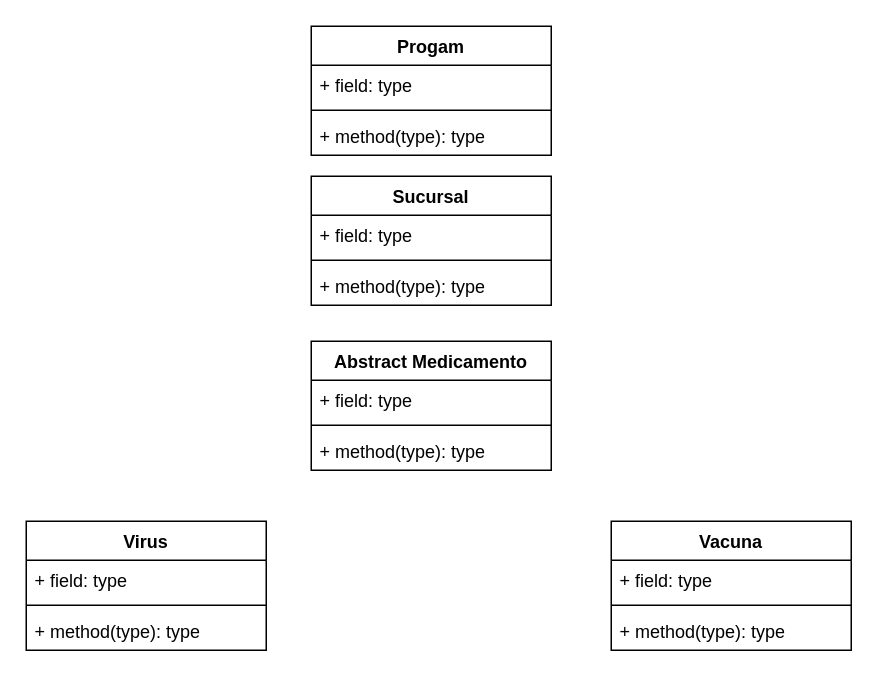
Above: TP 2.0/TP2.0.drawio in Damian-Imbro/UTN (draw.io), before the change. Source tidied: cells renumbered, new cells numbered last; positions are measured from the earlier drawing's top-left corner, leaving out a move shared by most shapes. Both pictures are drawn from the tidied source at 150%, with x=0, y=0 at pixel (26, 26).
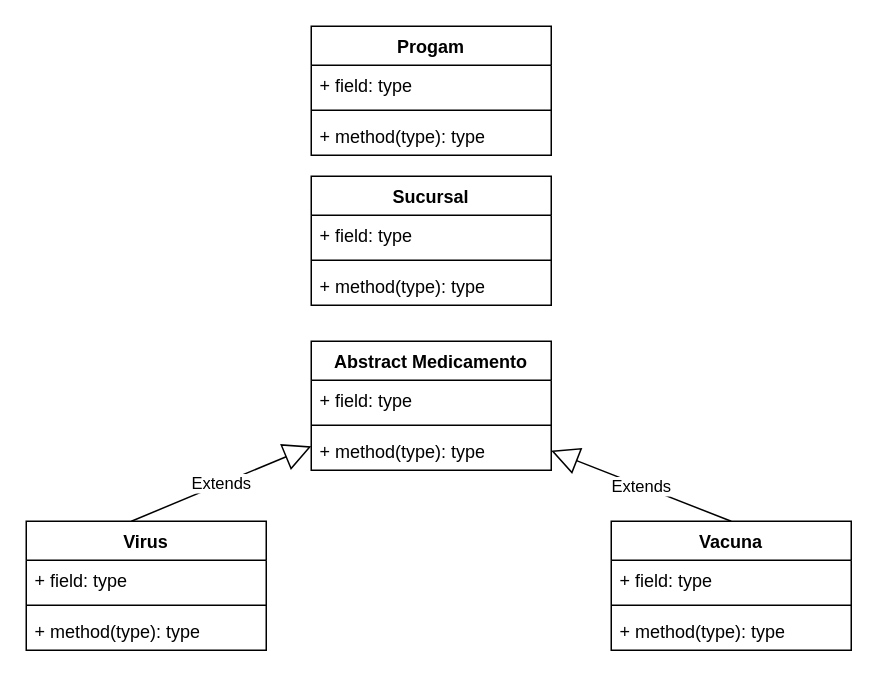
Above is the later version.

Unchanged cells that the change refers to:
```xml
<mxCell id="13" value="+ method(type): type" style="text;strokeColor=none;fillColor=none;align=left;verticalAlign=top;spacingLeft=4;spacingRight=4;overflow=hidden;points=[[0,0.5],[1,0.5]];portConstraint=eastwest;whiteSpace=wrap;html=1;" parent="10" vertex="1">
  <mxGeometry y="60" width="160" height="26" as="geometry" />
</mxCell>
<mxCell id="14" value="Virus" style="swimlane;fontStyle=1;align=center;verticalAlign=top;horizontal=1;startSize=26;whiteSpace=wrap;html=1;" parent="1" vertex="1">
  <mxGeometry y="330" width="160" height="86" as="geometry" />
</mxCell>
<mxCell id="18" value="Vacuna" style="swimlane;fontStyle=1;align=center;verticalAlign=top;horizontal=1;startSize=26;whiteSpace=wrap;html=1;" parent="1" vertex="1">
  <mxGeometry x="390" y="330" width="160" height="86" as="geometry" />
</mxCell>
```

What changed in the source:
```diff
@@
+    <mxCell id="22" value="Extends" style="endArrow=block;endSize=16;endFill=0;html=1;rounded=0;exitX=0.438;exitY=0;exitDx=0;exitDy=0;exitPerimeter=0;" parent="1" edge="1" source="14">
+      <mxGeometry relative="1" as="geometry">
+        <mxPoint x="190" y="280" as="targetPoint" />
+      </mxGeometry>
+    </mxCell>
+    <mxCell id="23" value="Extends" style="endArrow=block;endSize=16;endFill=0;html=1;rounded=0;exitX=0.5;exitY=0;exitDx=0;exitDy=0;entryX=1;entryY=0.5;entryDx=0;entryDy=0;" parent="1" edge="1" source="18" target="13">
+      <mxGeometry relative="1" as="geometry" />
+    </mxCell>
```
